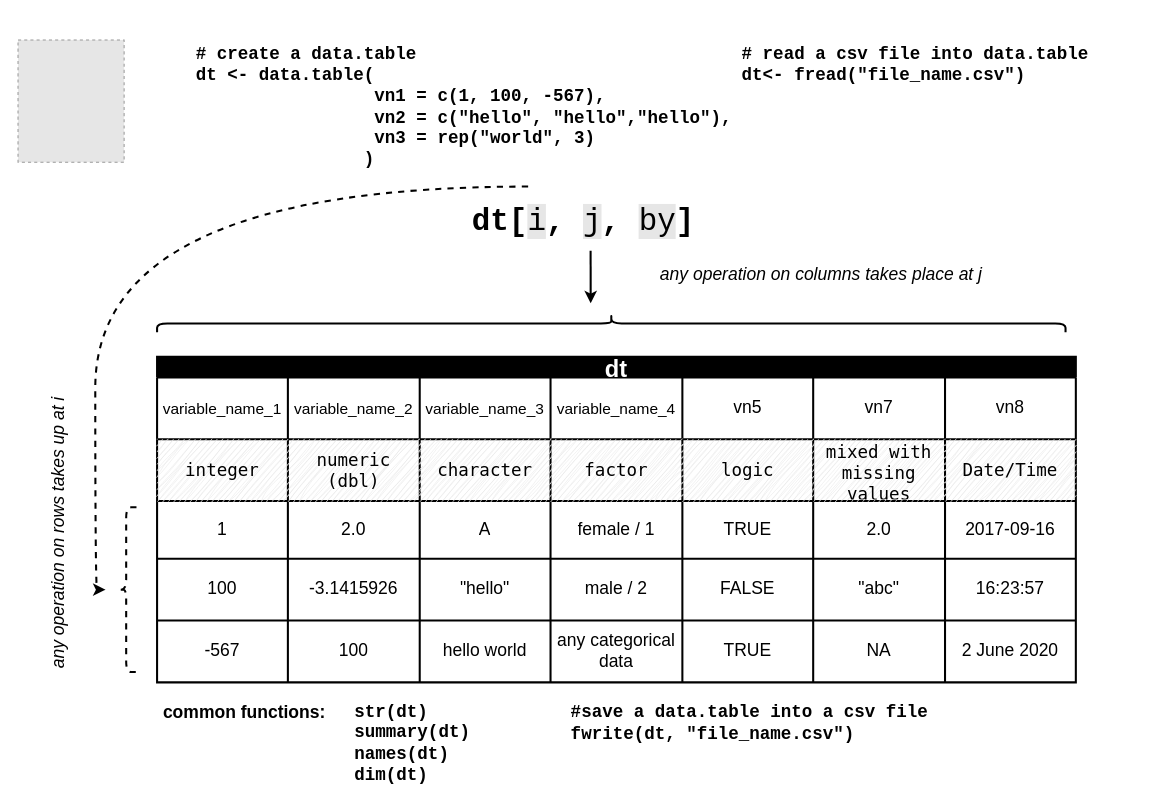
oceanumeric/data-science-go-small keeps this draw.io diagram as page "Page-1" (1 of 2) of drawio/R-data-table-illustration.drawio. Above is the earlier version. Source tidied: cells renumbered, new cells numbered last; positions are measured from the earlier drawing's top-left corner, leaving out a move shared by most shapes. Both pictures are drawn from the tidied source at 103%, with x=0, y=0 at pixel (18, 22). Pictures stored in the file or linked from it are replaced by grey dashed boxes.
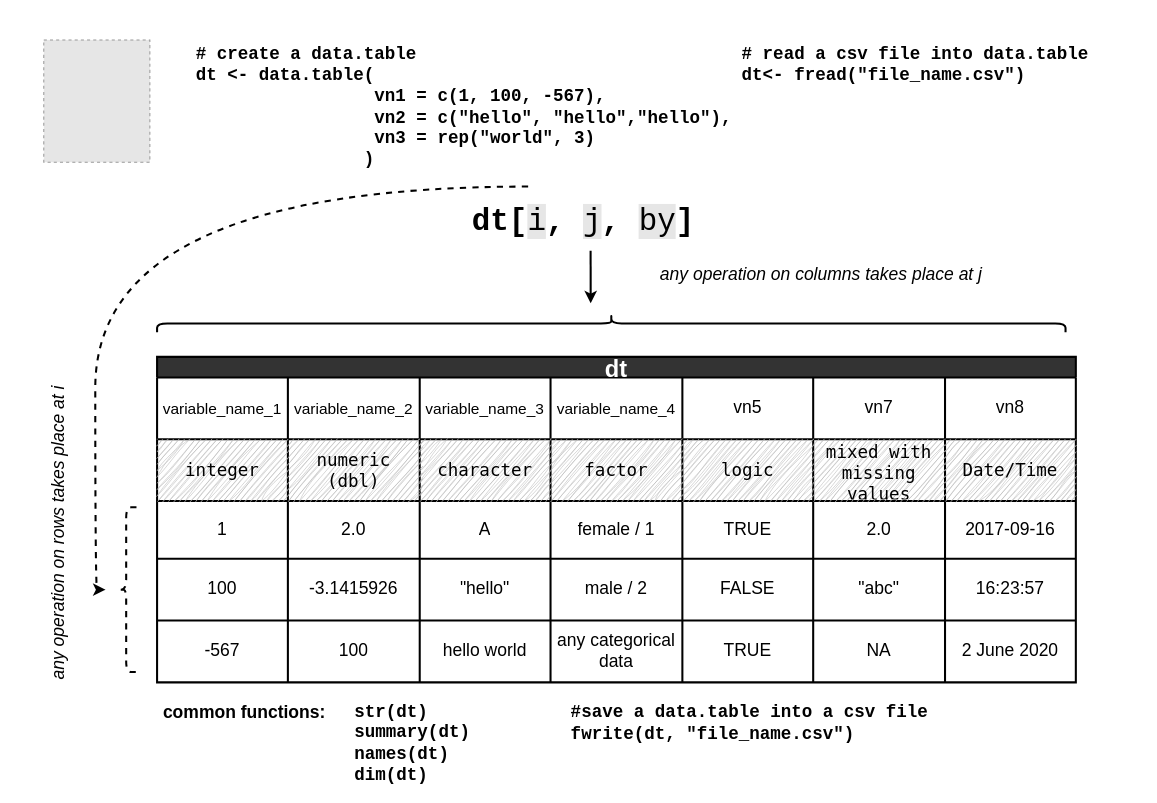
Above is the later version.

The change refers to these unchanged cells:
```xml
<mxCell id="12" style="shape=tableRow;horizontal=0;startSize=0;swimlaneHead=0;swimlaneBody=0;top=0;left=0;bottom=0;right=0;fillColor=none;fillStyle=auto;fontSize=17;fontColor=#000000;" parent="3" vertex="1">
  <mxGeometry y="80" width="892" height="60" as="geometry" />
</mxCell>
```

Change to the diagram source:
```diff
@@
     <mxCell id="2" style="fillColor=#E6E6E6;strokeColor=#999999;dashed=1;verticalLabelPosition=bottom;verticalAlign=top;" parent="1" vertex="1">
-      <mxGeometry y="17.3" width="103" height="118.7" as="geometry" />
+      <mxGeometry x="25" y="17.3" width="103" height="118.7" as="geometry" />
     </mxCell>
-    <mxCell id="3" value="dt" style="shape=table;startSize=20;childLayout=tableLayout;fontStyle=1;align=center;fillStyle=auto;gradientColor=none;fillColor=#000000;swimlaneLine=1;strokeColor=#000000;fontSize=23;fontColor=#FFFFFF;strokeWidth=2;" parent="1" vertex="1">
+    <mxCell id="3" value="dt" style="shape=table;startSize=20;childLayout=tableLayout;fontStyle=1;align=center;fillStyle=auto;gradientColor=none;fillColor=#333333;swimlaneLine=1;strokeColor=#000000;fontSize=23;fontColor=#FFFFFF;strokeWidth=2;" parent="1" vertex="1">
       <mxGeometry x="135" y="325" width="892" height="316" as="geometry" />
     </mxCell>
@@
-    <mxCell id="13" value="&lt;font color=&quot;#000000&quot; style=&quot;font-size: 17px;&quot;&gt;integer&lt;/font&gt;" style="shape=partialRectangle;html=1;whiteSpace=wrap;fillColor=#E6E6E6;top=0;left=0;bottom=0;right=0;overflow=hidden;fillStyle=auto;fontSize=17;shadow=0;gradientColor=none;strokeColor=#000000;fontFamily=Lucida Console;sketch=1;curveFitting=1;jiggle=2;" parent="12" vertex="1">
+    <mxCell id="13" value="&lt;font color=&quot;#000000&quot; style=&quot;font-size: 17px;&quot;&gt;integer&lt;/font&gt;" style="shape=partialRectangle;html=1;whiteSpace=wrap;fillColor=#B3B3B3;top=0;left=0;bottom=0;right=0;overflow=hidden;fillStyle=auto;fontSize=17;shadow=0;gradientColor=none;strokeColor=#000000;fontFamily=Lucida Console;sketch=1;curveFitting=1;jiggle=2;" parent="12" vertex="1">
       <mxGeometry width="127" height="60" as="geometry" />
     </mxCell>
-    <mxCell id="14" value="numeric (dbl)" style="shape=partialRectangle;html=1;whiteSpace=wrap;fillColor=#E6E6E6;top=0;left=0;bottom=0;right=0;overflow=hidden;fillStyle=auto;fontColor=#000000;fontSize=17;gradientColor=none;fontFamily=Lucida Console;strokeColor=#000000;sketch=1;curveFitting=1;jiggle=2;" parent="12" vertex="1">
+    <mxCell id="14" value="numeric (dbl)" style="shape=partialRectangle;html=1;whiteSpace=wrap;fillColor=#B3B3B3;top=0;left=0;bottom=0;right=0;overflow=hidden;fillStyle=auto;fontColor=#000000;fontSize=17;gradientColor=none;fontFamily=Lucida Console;strokeColor=#000000;sketch=1;curveFitting=1;jiggle=2;" parent="12" vertex="1">
       <mxGeometry x="127" width="128" height="60" as="geometry" />
     </mxCell>
-    <mxCell id="15" value="character" style="shape=partialRectangle;html=1;whiteSpace=wrap;fillColor=#E6E6E6;top=0;left=0;bottom=0;right=0;overflow=hidden;fillStyle=auto;fontColor=#000000;fontSize=17;gradientColor=none;fontFamily=Lucida Console;strokeColor=#000000;sketch=1;curveFitting=1;jiggle=2;" parent="12" vertex="1">
+    <mxCell id="15" value="character" style="shape=partialRectangle;html=1;whiteSpace=wrap;fillColor=#B3B3B3;top=0;left=0;bottom=0;right=0;overflow=hidden;fillStyle=auto;fontColor=#000000;fontSize=17;gradientColor=none;fontFamily=Lucida Console;strokeColor=#000000;sketch=1;curveFitting=1;jiggle=2;" parent="12" vertex="1">
       <mxGeometry x="255" width="127" height="60" as="geometry" />
     </mxCell>
-    <mxCell id="16" value="factor" style="shape=partialRectangle;html=1;whiteSpace=wrap;fillColor=#E6E6E6;top=0;left=0;bottom=0;right=0;overflow=hidden;fillStyle=auto;fontSize=17;fontColor=#000000;gradientColor=none;fontFamily=Lucida Console;strokeColor=#000000;sketch=1;curveFitting=1;jiggle=2;" parent="12" vertex="1">
+    <mxCell id="16" value="factor" style="shape=partialRectangle;html=1;whiteSpace=wrap;fillColor=#B3B3B3;top=0;left=0;bottom=0;right=0;overflow=hidden;fillStyle=auto;fontSize=17;fontColor=#000000;gradientColor=none;fontFamily=Lucida Console;strokeColor=#000000;sketch=1;curveFitting=1;jiggle=2;" parent="12" vertex="1">
       <mxGeometry x="382" width="128" height="60" as="geometry" />
     </mxCell>
-    <mxCell id="17" value="logic" style="shape=partialRectangle;html=1;whiteSpace=wrap;fillColor=#E6E6E6;top=0;left=0;bottom=0;right=0;overflow=hidden;fillStyle=auto;fontSize=17;fontColor=#000000;gradientColor=none;fontFamily=Lucida Console;strokeColor=#000000;sketch=1;curveFitting=1;jiggle=2;" parent="12" vertex="1">
+    <mxCell id="17" value="logic" style="shape=partialRectangle;html=1;whiteSpace=wrap;fillColor=#B3B3B3;top=0;left=0;bottom=0;right=0;overflow=hidden;fillStyle=auto;fontSize=17;fontColor=#000000;gradientColor=none;fontFamily=Lucida Console;strokeColor=#000000;sketch=1;curveFitting=1;jiggle=2;" parent="12" vertex="1">
       <mxGeometry x="510" width="127" height="60" as="geometry" />
     </mxCell>
-    <mxCell id="18" value="mixed with missing values" style="shape=partialRectangle;html=1;whiteSpace=wrap;fillColor=#E6E6E6;top=0;left=0;bottom=0;right=0;overflow=hidden;fillStyle=auto;fontSize=17;fontColor=#000000;gradientColor=none;fontFamily=Lucida Console;strokeColor=#000000;sketch=1;curveFitting=1;jiggle=2;" parent="12" vertex="1">
+    <mxCell id="18" value="mixed with missing values" style="shape=partialRectangle;html=1;whiteSpace=wrap;fillColor=#B3B3B3;top=0;left=0;bottom=0;right=0;overflow=hidden;fillStyle=auto;fontSize=17;fontColor=#000000;gradientColor=none;fontFamily=Lucida Console;strokeColor=#000000;sketch=1;curveFitting=1;jiggle=2;" parent="12" vertex="1">
       <mxGeometry x="637" width="128" height="60" as="geometry" />
     </mxCell>
-    <mxCell id="19" value="Date/Time" style="shape=partialRectangle;html=1;whiteSpace=wrap;fillColor=#E6E6E6;top=0;left=0;bottom=0;right=0;overflow=hidden;fillStyle=auto;fontSize=17;fontColor=#000000;gradientColor=none;fontFamily=Lucida Console;strokeColor=#000000;sketch=1;curveFitting=1;jiggle=2;" parent="12" vertex="1">
+    <mxCell id="19" value="Date/Time" style="shape=partialRectangle;html=1;whiteSpace=wrap;fillColor=#B3B3B3;top=0;left=0;bottom=0;right=0;overflow=hidden;fillStyle=auto;fontSize=17;fontColor=#000000;gradientColor=none;fontFamily=Lucida Console;strokeColor=#000000;sketch=1;curveFitting=1;jiggle=2;" parent="12" vertex="1">
       <mxGeometry x="765" width="127" height="60" as="geometry" />
     </mxCell>
@@
-    <mxCell id="52" value="any operation on rows takes up at i" style="text;html=1;strokeColor=none;fillColor=none;align=center;verticalAlign=middle;whiteSpace=wrap;rounded=0;shadow=0;labelBackgroundColor=none;sketch=0;fillStyle=auto;strokeWidth=2;fontFamily=Helvetica;fontSize=17;fontColor=#000000;fontStyle=2;direction=south;horizontal=0;" parent="1" vertex="1">
+    <mxCell id="52" value="any operation on rows takes place at i" style="text;html=1;strokeColor=none;fillColor=none;align=center;verticalAlign=middle;whiteSpace=wrap;rounded=0;shadow=0;labelBackgroundColor=none;sketch=0;fillStyle=auto;strokeWidth=2;fontFamily=Helvetica;fontSize=17;fontColor=#000000;fontStyle=2;direction=south;horizontal=0;" parent="1" vertex="1">
       <mxGeometry x="25" y="301" width="30" height="390" as="geometry" />
     </mxCell>
```
